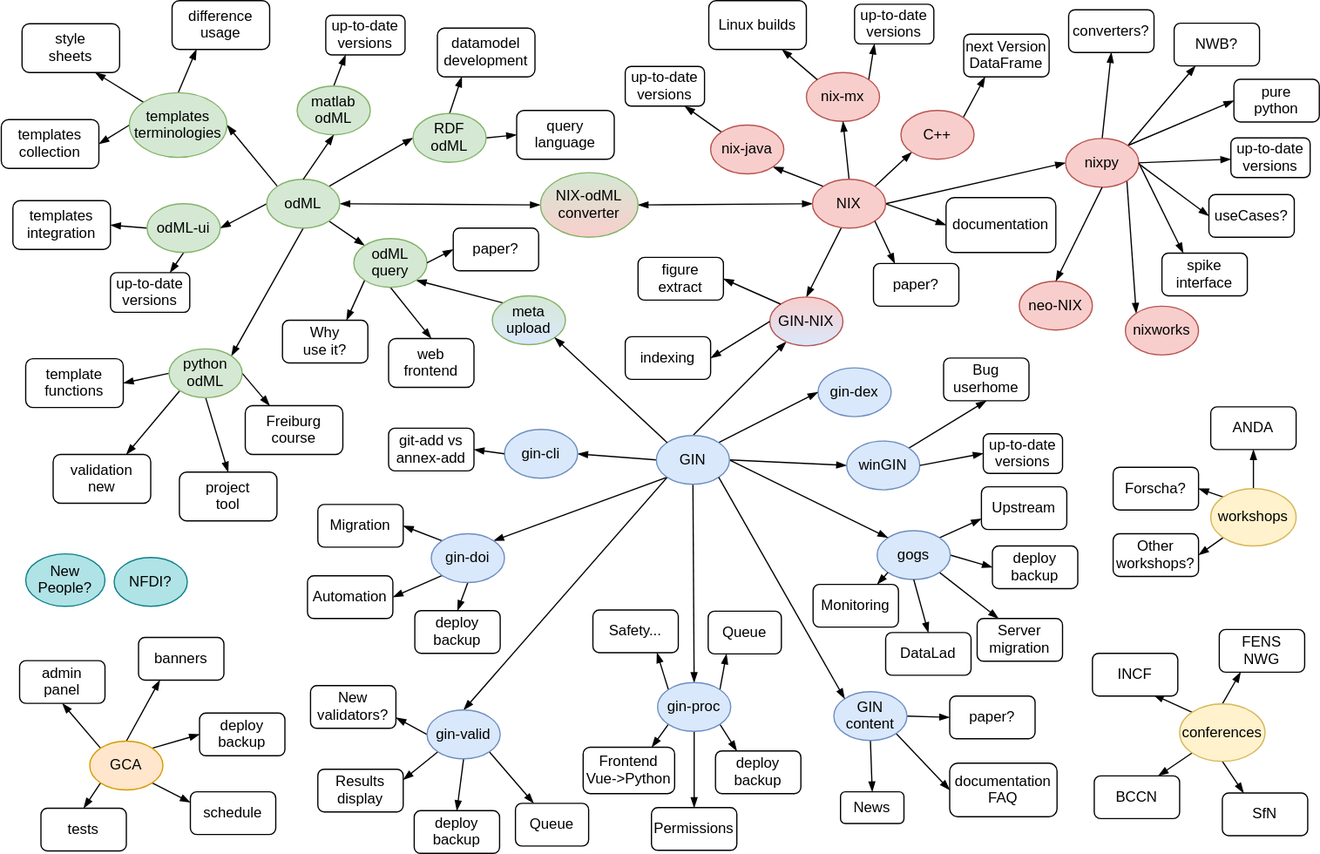
The draw.io diagram projects_overview/G-Node_project_map.svg in mpsonntag/prodoc, before a commit. Source tidied: cells renumbered, new cells last; positions are measured from the earlier drawing's top-left corner, leaving out a move shared by most shapes.
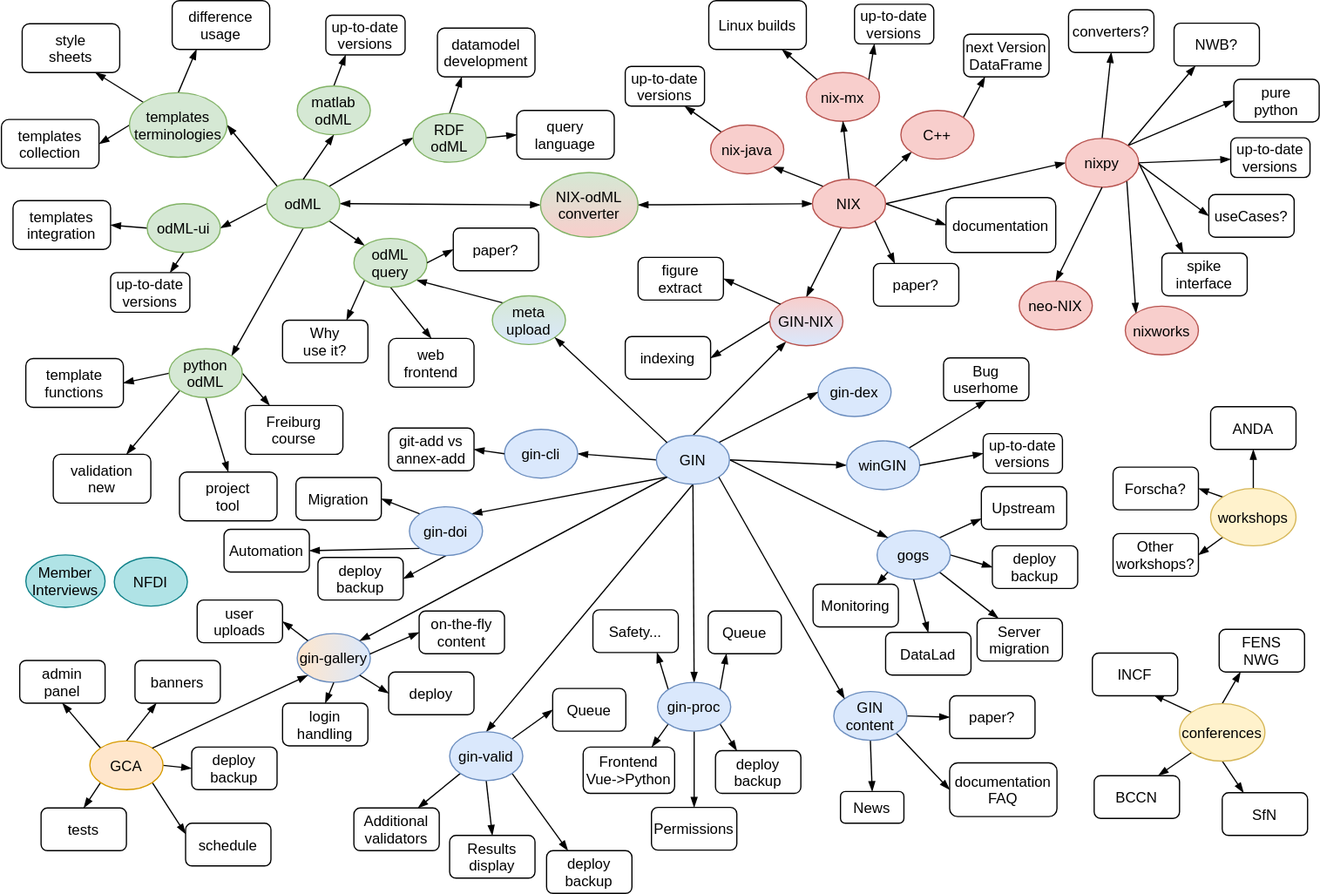
After the commit.

Commit message:
[projects/overview] Add gin-gallery

The edit, as a diff of the source:
```diff
@@ -134,7 +134,7 @@
     <mxCell id="43" style="edgeStyle=none;rounded=0;jettySize=auto;exitX=0;exitY=1;exitDx=0;exitDy=0;entryX=1;entryY=0;entryDx=0;entryDy=0;endArrow=blockThin;endFill=1;" parent="1" edge="1" source="48" target="55">
       <mxGeometry relative="1" as="geometry" />
     </mxCell>
-    <mxCell id="44" style="edgeStyle=none;rounded=0;jettySize=auto;exitX=0;exitY=1;exitDx=0;exitDy=0;entryX=0.5;entryY=0;entryDx=0;entryDy=0;endArrow=blockThin;endFill=1;" parent="1" edge="1" source="48" target="60">
+    <mxCell id="44" style="edgeStyle=none;rounded=0;jettySize=auto;exitX=0.5;exitY=1;exitDx=0;exitDy=0;entryX=0.5;entryY=0;entryDx=0;entryDy=0;endArrow=blockThin;endFill=1;" parent="1" edge="1" source="48" target="60">
       <mxGeometry relative="1" as="geometry" />
     </mxCell>
     <mxCell id="45" style="edgeStyle=none;rounded=0;jettySize=auto;exitX=0.5;exitY=1;exitDx=0;exitDy=0;entryX=0.5;entryY=0;entryDx=0;entryDy=0;endArrow=blockThin;endFill=1;" parent="1" edge="1" source="48" target="66">
@@ -164,26 +164,26 @@
     <mxCell id="53" style="edgeStyle=none;rounded=0;jettySize=auto;exitX=0;exitY=0;exitDx=0;exitDy=0;entryX=1;entryY=0.5;entryDx=0;entryDy=0;endArrow=blockThin;endFill=1;" parent="1" edge="1" source="55" target="151">
       <mxGeometry relative="1" as="geometry" />
     </mxCell>
-    <mxCell id="54" style="edgeStyle=none;rounded=0;jettySize=auto;exitX=0.5;exitY=1;exitDx=0;exitDy=0;entryX=0.5;entryY=0;entryDx=0;entryDy=0;endArrow=blockThin;endFill=1;" parent="1" edge="1" source="55" target="126">
+    <mxCell id="54" style="edgeStyle=none;rounded=0;jettySize=auto;exitX=0.5;exitY=1;exitDx=0;exitDy=0;entryX=1;entryY=0.5;entryDx=0;entryDy=0;endArrow=blockThin;endFill=1;" parent="1" edge="1" source="55" target="126">
       <mxGeometry relative="1" as="geometry" />
     </mxCell>
     <mxCell id="55" value="gin-doi" style="ellipse;fillColor=#dae8fc;strokeColor=#6c8ebf;" parent="1" vertex="1">
-      <mxGeometry x="352" y="437" width="60" height="40" as="geometry" />
+      <mxGeometry x="334" y="415" width="60" height="40" as="geometry" />
     </mxCell>
-    <mxCell id="56" style="edgeStyle=none;rounded=0;jettySize=auto;exitX=1;exitY=1;exitDx=0;exitDy=0;entryX=0.25;entryY=0;entryDx=0;entryDy=0;endArrow=blockThin;endFill=1;" parent="1" edge="1" source="60" target="144">
+    <mxCell id="56" style="edgeStyle=none;rounded=0;jettySize=auto;exitX=1;exitY=0;exitDx=0;exitDy=0;entryX=0;entryY=0.5;entryDx=0;entryDy=0;endArrow=blockThin;endFill=1;" parent="1" edge="1" source="60" target="144">
       <mxGeometry relative="1" as="geometry" />
     </mxCell>
-    <mxCell id="57" style="edgeStyle=none;rounded=0;jettySize=auto;exitX=0.5;exitY=1;exitDx=0;exitDy=0;entryX=0.5;entryY=0;entryDx=0;entryDy=0;endArrow=blockThin;endFill=1;" parent="1" edge="1" source="60" target="127">
+    <mxCell id="57" style="edgeStyle=none;rounded=0;jettySize=auto;exitX=1;exitY=1;exitDx=0;exitDy=0;entryX=0.25;entryY=0;entryDx=0;entryDy=0;endArrow=blockThin;endFill=1;" parent="1" edge="1" source="60" target="127">
       <mxGeometry relative="1" as="geometry" />
     </mxCell>
-    <mxCell id="58" style="edgeStyle=none;rounded=0;jettySize=auto;exitX=0;exitY=1;exitDx=0;exitDy=0;entryX=1;entryY=0.25;entryDx=0;entryDy=0;endArrow=blockThin;endFill=1;" parent="1" edge="1" source="60" target="148">
+    <mxCell id="58" style="edgeStyle=none;rounded=0;jettySize=auto;exitX=0.5;exitY=1;exitDx=0;exitDy=0;entryX=0.5;entryY=0;entryDx=0;entryDy=0;endArrow=blockThin;endFill=1;" parent="1" edge="1" source="60" target="148">
       <mxGeometry relative="1" as="geometry" />
     </mxCell>
-    <mxCell id="59" style="edgeStyle=none;rounded=0;jettySize=auto;exitX=0;exitY=0.5;exitDx=0;exitDy=0;entryX=1;entryY=0.75;entryDx=0;entryDy=0;endArrow=blockThin;endFill=1;" parent="1" edge="1" source="60" target="147">
+    <mxCell id="59" style="edgeStyle=none;rounded=0;jettySize=auto;exitX=0;exitY=1;exitDx=0;exitDy=0;entryX=0.75;entryY=0;entryDx=0;entryDy=0;endArrow=blockThin;endFill=1;" parent="1" edge="1" source="60" target="147">
       <mxGeometry relative="1" as="geometry" />
     </mxCell>
     <mxCell id="60" value="gin-valid" style="ellipse;fillColor=#dae8fc;strokeColor=#6c8ebf;" parent="1" vertex="1">
-      <mxGeometry x="348.5" y="581.5" width="60" height="40" as="geometry" />
+      <mxGeometry x="367" y="599.5" width="60" height="40" as="geometry" />
     </mxCell>
     <mxCell id="61" style="edgeStyle=none;rounded=0;jettySize=auto;exitX=1;exitY=1;exitDx=0;exitDy=0;entryX=0.25;entryY=0;entryDx=0;entryDy=0;endArrow=blockThin;endFill=1;" parent="1" edge="1" source="66" target="128">
       <mxGeometry relative="1" as="geometry" />
@@ -320,7 +320,7 @@
     <mxCell id="105" value="odML-ui" style="ellipse;fillColor=#d5e8d4;strokeColor=#82b366;" parent="1" vertex="1">
       <mxGeometry x="119" y="166.5" width="60" height="40" as="geometry" />
     </mxCell>
-    <mxCell id="106" value="NFDI?" style="ellipse;fillColor=#b0e3e6;strokeColor=#0e8088;" parent="1" vertex="1">
+    <mxCell id="106" value="NFDI" style="ellipse;fillColor=#b0e3e6;strokeColor=#0e8088;" parent="1" vertex="1">
       <mxGeometry x="92" y="456.5" width="60" height="40" as="geometry" />
     </mxCell>
     <mxCell id="107" style="edgeStyle=none;rounded=0;jettySize=auto;exitX=0.5;exitY=0;exitDx=0;exitDy=0;entryX=0.25;entryY=1;entryDx=0;entryDy=0;endArrow=blockThin;endFill=1;" parent="1" edge="1" source="111" target="132">
@@ -362,7 +362,7 @@
     <mxCell id="119" style="edgeStyle=none;rounded=0;jettySize=auto;exitX=1;exitY=1;exitDx=0;exitDy=0;entryX=0;entryY=0.25;entryDx=0;entryDy=0;endArrow=blockThin;endFill=1;" parent="1" edge="1" source="121" target="130">
       <mxGeometry relative="1" as="geometry" />
     </mxCell>
-    <mxCell id="120" style="edgeStyle=none;rounded=0;jettySize=auto;exitX=1;exitY=0;exitDx=0;exitDy=0;entryX=0;entryY=0.5;entryDx=0;entryDy=0;endArrow=blockThin;endFill=1;" parent="1" edge="1" source="121" target="124">
+    <mxCell id="120" style="edgeStyle=none;rounded=0;jettySize=auto;exitX=1;exitY=0.5;exitDx=0;exitDy=0;entryX=0;entryY=0.5;entryDx=0;entryDy=0;endArrow=blockThin;endFill=1;" parent="1" edge="1" source="121" target="124">
       <mxGeometry relative="1" as="geometry" />
     </mxCell>
     <mxCell id="121" value="GCA" style="ellipse;fillColor=#ffe6cc;strokeColor=#d79b00;" parent="1" vertex="1">
@@ -372,19 +372,19 @@
       <mxGeometry x="777" y="570" width="70" height="35" as="geometry" />
     </mxCell>
     <mxCell id="123" value="banners" style="rounded=1;" parent="1" vertex="1">
-      <mxGeometry x="112" y="522" width="70" height="35" as="geometry" />
+      <mxGeometry x="109" y="541" width="70" height="35" as="geometry" />
     </mxCell>
     <mxCell id="124" value="deploy&#10;backup" style="rounded=1;" parent="1" vertex="1">
-      <mxGeometry x="162" y="584" width="70" height="35" as="geometry" />
+      <mxGeometry x="155.5" y="612" width="70" height="35" as="geometry" />
     </mxCell>
     <mxCell id="125" value="deploy&#10;backup" style="rounded=1;" parent="1" vertex="1">
       <mxGeometry x="812" y="447" width="70" height="35" as="geometry" />
     </mxCell>
     <mxCell id="126" value="deploy&#10;backup" style="rounded=1;" parent="1" vertex="1">
-      <mxGeometry x="338.5" y="500" width="70" height="35" as="geometry" />
+      <mxGeometry x="259" y="456.5" width="70" height="35" as="geometry" />
     </mxCell>
     <mxCell id="127" value="deploy&#10;backup" style="rounded=1;" parent="1" vertex="1">
-      <mxGeometry x="338" y="664" width="70" height="35" as="geometry" />
+      <mxGeometry x="446.5" y="697" width="70" height="35" as="geometry" />
     </mxCell>
     <mxCell id="128" value="deploy&#10;backup" style="rounded=1;" parent="1" vertex="1">
       <mxGeometry x="585" y="615" width="70" height="35" as="geometry" />
@@ -393,7 +393,7 @@
       <mxGeometry x="32" y="662" width="70" height="35" as="geometry" />
     </mxCell>
     <mxCell id="130" value="schedule" style="rounded=1;" parent="1" vertex="1">
-      <mxGeometry x="154.5" y="648.5" width="70" height="35" as="geometry" />
+      <mxGeometry x="150.5" y="674.5" width="70" height="35" as="geometry" />
     </mxCell>
     <mxCell id="131" value="admin&#10;panel" style="rounded=1;" parent="1" vertex="1">
       <mxGeometry x="14.5" y="541" width="70" height="35" as="geometry" />
@@ -419,8 +419,8 @@
     <mxCell id="138" value="Other&#10;workshops?" style="rounded=1;" parent="1" vertex="1">
       <mxGeometry x="911" y="437" width="70" height="35" as="geometry" />
     </mxCell>
-    <mxCell id="139" value="New&#10;People?" style="ellipse;fillColor=#b0e3e6;strokeColor=#0e8088;" parent="1" vertex="1">
-      <mxGeometry x="19.5" y="453.5" width="65" height="43" as="geometry" />
+    <mxCell id="139" value="Member&#10;Interviews" style="ellipse;fillColor=#b0e3e6;strokeColor=#0e8088;spacing=0;" parent="1" vertex="1">
+      <mxGeometry x="19.5" y="454.5" width="65" height="43" as="geometry" />
     </mxCell>
     <mxCell id="140" style="edgeStyle=none;rounded=0;jettySize=auto;exitX=1;exitY=0;exitDx=0;exitDy=0;entryX=0.5;entryY=1;entryDx=0;entryDy=0;endArrow=blockThin;endFill=1;" parent="1" edge="1" source="141" target="142">
       <mxGeometry relative="1" as="geometry" />
@@ -435,7 +435,7 @@
       <mxGeometry x="579" y="500.5" width="60" height="35" as="geometry" />
     </mxCell>
     <mxCell id="144" value="Queue" style="rounded=1;" parent="1" vertex="1">
-      <mxGeometry x="421" y="658" width="60" height="35" as="geometry" />
+      <mxGeometry x="451.5" y="564" width="60" height="35" as="geometry" />
     </mxCell>
     <mxCell id="145" value="Frontend&#10;Vue-&gt;Python" style="rounded=1;" parent="1" vertex="1">
       <mxGeometry x="476.5" y="612" width="75" height="38" as="geometry" />
@@ -443,20 +443,20 @@
     <mxCell id="146" value="Permissions" style="rounded=1;" parent="1" vertex="1">
       <mxGeometry x="532.5" y="661.5" width="70" height="35" as="geometry" />
     </mxCell>
-    <mxCell id="147" value="New&#10;validators?" style="rounded=1;" parent="1" vertex="1">
-      <mxGeometry x="253" y="561.5" width="70" height="35" as="geometry" />
+    <mxCell id="147" value="Additional&#10;validators" style="rounded=1;" parent="1" vertex="1">
+      <mxGeometry x="288.5" y="662" width="70" height="35" as="geometry" />
     </mxCell>
     <mxCell id="148" value="Results&#10;display" style="rounded=1;" parent="1" vertex="1">
-      <mxGeometry x="259" y="630" width="70" height="35" as="geometry" />
+      <mxGeometry x="367" y="684.5" width="70" height="35" as="geometry" />
     </mxCell>
     <mxCell id="149" value="Why&#10;use it?" style="rounded=1;" parent="1" vertex="1">
       <mxGeometry x="230" y="262" width="70" height="35" as="geometry" />
     </mxCell>
     <mxCell id="150" value="Automation" style="rounded=1;" parent="1" vertex="1">
-      <mxGeometry x="250.5" y="471.5" width="70" height="35" as="geometry" />
+      <mxGeometry x="182" y="433.5" width="70" height="35" as="geometry" />
     </mxCell>
     <mxCell id="151" value="Migration" style="rounded=1;" parent="1" vertex="1">
-      <mxGeometry x="259" y="413" width="70" height="35" as="geometry" />
+      <mxGeometry x="241" y="391" width="70" height="35" as="geometry" />
     </mxCell>
     <mxCell id="152" value="Upstream" style="rounded=1;" parent="1" vertex="1">
       <mxGeometry x="803" y="398.5" width="70" height="35" as="geometry" />
@@ -563,5 +563,38 @@
     <mxCell id="186" style="edgeStyle=none;rounded=0;jettySize=auto;exitX=1;exitY=0.5;exitDx=0;exitDy=0;entryX=0.25;entryY=0;entryDx=0;entryDy=0;endArrow=blockThin;endFill=1;" parent="1" edge="1" source="23" target="185">
       <mxGeometry relative="1" as="geometry" />
     </mxCell>
+    <mxCell id="187" value="gin-gallery" style="ellipse;fillColor=#dae8fc;strokeColor=#6c8ebf;gradientDirection=west;gradientColor=#FFE6CC;" parent="1" vertex="1">
+      <mxGeometry x="242" y="519" width="60" height="40" as="geometry" />
+    </mxCell>
+    <mxCell id="188" style="edgeStyle=none;rounded=0;jettySize=auto;exitX=0;exitY=1;exitDx=0;exitDy=0;entryX=1;entryY=0;entryDx=0;entryDy=0;endArrow=blockThin;endFill=1;" parent="1" edge="1" source="48" target="187">
+      <mxGeometry relative="1" as="geometry" />
+    </mxCell>
+    <mxCell id="189" style="edgeStyle=none;rounded=0;jettySize=auto;exitX=1;exitY=0;exitDx=0;exitDy=0;entryX=0;entryY=1;entryDx=0;entryDy=0;endArrow=blockThin;endFill=1;" parent="1" edge="1" source="121" target="187">
+      <mxGeometry relative="1" as="geometry" />
+    </mxCell>
+    <mxCell id="190" value="user&#10;uploads" style="rounded=1;" parent="1" vertex="1">
+      <mxGeometry x="160" y="491.5" width="70" height="35" as="geometry" />
+    </mxCell>
+    <mxCell id="191" value="login&#10;handling" style="rounded=1;" parent="1" vertex="1">
+      <mxGeometry x="230" y="576" width="70" height="35" as="geometry" />
+    </mxCell>
+    <mxCell id="192" style="edgeStyle=none;rounded=0;jettySize=auto;exitX=0;exitY=0;exitDx=0;exitDy=0;entryX=1;entryY=0.5;entryDx=0;entryDy=0;endArrow=blockThin;endFill=1;" parent="1" edge="1" source="187" target="190">
+      <mxGeometry relative="1" as="geometry" />
+    </mxCell>
+    <mxCell id="193" style="edgeStyle=none;rounded=0;jettySize=auto;exitX=0.5;exitY=1;exitDx=0;exitDy=0;entryX=0.5;entryY=0;entryDx=0;entryDy=0;endArrow=blockThin;endFill=1;" parent="1" edge="1" source="187" target="191">
+      <mxGeometry relative="1" as="geometry" />
+    </mxCell>
+    <mxCell id="194" value="deploy" style="rounded=1;" parent="1" vertex="1">
+      <mxGeometry x="317" y="550.5" width="70" height="35" as="geometry" />
+    </mxCell>
+    <mxCell id="195" value="on-the-fly&#10;content" style="rounded=1;" parent="1" vertex="1">
+      <mxGeometry x="342" y="500.5" width="70" height="35" as="geometry" />
+    </mxCell>
+    <mxCell id="196" style="edgeStyle=none;rounded=0;jettySize=auto;exitX=1;exitY=1;exitDx=0;exitDy=0;entryX=0;entryY=0.5;entryDx=0;entryDy=0;endArrow=blockThin;endFill=1;" parent="1" edge="1" source="187" target="194">
+      <mxGeometry relative="1" as="geometry" />
+    </mxCell>
+    <mxCell id="197" style="edgeStyle=none;rounded=0;jettySize=auto;exitX=0.993;exitY=0.421;exitDx=0;exitDy=0;entryX=0;entryY=0.5;entryDx=0;entryDy=0;endArrow=blockThin;endFill=1;exitPerimeter=0;" parent="1" edge="1" source="187" target="195">
+      <mxGeometry relative="1" as="geometry" />
+    </mxCell>
   </root>
 </mxGraphModel>
```
